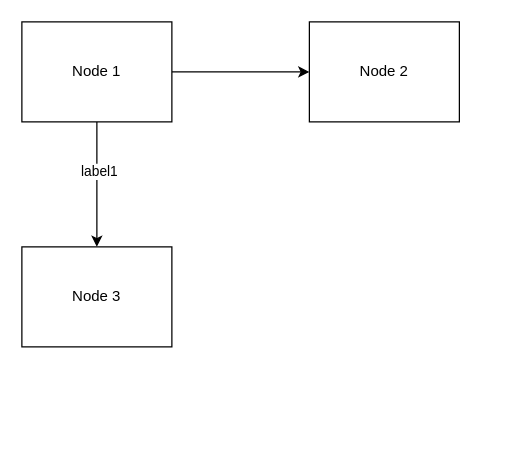
Earlier version of the draw.io diagram Output/test1.drawio (witnes0417/autoTest). Source tidied: cells renumbered, new cells numbered last; positions are measured from the earlier drawing's top-left corner, leaving out a move shared by most shapes. Both pictures are drawn from the tidied source at 125%, with x=0, y=0 at pixel (21, 21).
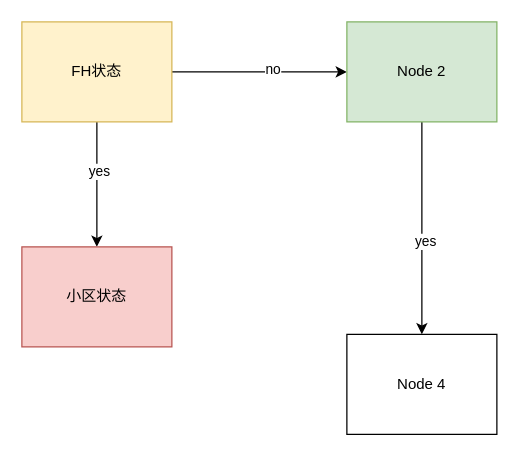
After the change.

Change to the diagram source:
```diff
@@
 <mxGraphModel>
   <root>
     <mxCell id="0" />
     <mxCell id="1" parent="0" />
     <mxCell id="2" style="edgeStyle=orthogonalEdgeStyle;rounded=0;jettySize=auto;html=1;entryX=0.5;entryY=0;entryDx=0;entryDy=0;" parent="1" edge="1" source="5" target="7">
       <mxGeometry relative="1" as="geometry">
         <Array as="points">
           <mxPoint x="60" y="130" />
           <mxPoint x="60" y="130" />
         </Array>
       </mxGeometry>
     </mxCell>
-    <mxCell id="3" value="label1" style="edgeLabel;html=1;align=center;verticalAlign=middle;" parent="2" vertex="1">
+    <mxCell id="3" value="yes" style="edgeLabel;html=1;align=center;verticalAlign=middle;" parent="2" vertex="1">
       <mxGeometry x="-0.22" y="1" relative="1" as="geometry" />
     </mxCell>
     <mxCell id="4" style="edgeStyle=orthogonalEdgeStyle;rounded=0;jettySize=auto;html=1;entryX=0;entryY=0.5;entryDx=0;entryDy=0;" parent="1" edge="1" source="5" target="6">
-      <mxGeometry relative="1" as="geometry" />
+      <mxGeometry relative="1" as="geometry">
+        <Array as="points">
+          <mxPoint x="200" y="40" />
+          <mxPoint x="200" y="40" />
+        </Array>
+      </mxGeometry>
     </mxCell>
+    <mxCell id="8" value="no" style="edgeLabel;html=1;align=center;verticalAlign=middle;" parent="4" vertex="1">
+      <mxGeometry x="0.14" y="3" relative="1" as="geometry" />
+    </mxCell>
-    <mxCell id="5" value="Node 1" style="whiteSpace=wrap;rounded=0;dashed=0;" parent="1" vertex="1">
+    <mxCell id="5" value="FH状态" style="whiteSpace=wrap;rounded=0;dashed=0;fillColor=#fff2cc;strokeColor=#d6b656;" parent="1" vertex="1">
       <mxGeometry width="120" height="80" as="geometry" />
     </mxCell>
+    <mxCell id="9" style="edgeStyle=orthogonalEdgeStyle;rounded=0;jettySize=auto;html=1;entryX=0.5;entryY=0;entryDx=0;entryDy=0;" parent="1" edge="1" source="6" target="11">
+      <mxGeometry relative="1" as="geometry" />
+    </mxCell>
+    <mxCell id="10" value="yes" style="edgeLabel;html=1;align=center;verticalAlign=middle;" parent="9" vertex="1">
+      <mxGeometry x="0.12" y="2" relative="1" as="geometry" />
+    </mxCell>
-    <mxCell id="6" value="Node 2" style="whiteSpace=wrap;rounded=0;dashed=0;" parent="1" vertex="1">
-      <mxGeometry x="230" width="120" height="80" as="geometry" />
+    <mxCell id="6" value="Node 2" style="whiteSpace=wrap;rounded=0;dashed=0;fillColor=#d5e8d4;strokeColor=#82b366;" parent="1" vertex="1">
+      <mxGeometry x="260" width="120" height="80" as="geometry" />
     </mxCell>
-    <mxCell id="7" value="Node 3" style="whiteSpace=wrap;rounded=0;dashed=0;" parent="1" vertex="1">
+    <mxCell id="7" value="小区状态" style="whiteSpace=wrap;rounded=0;dashed=0;fillColor=#f8cecc;strokeColor=#b85450;" parent="1" vertex="1">
       <mxGeometry y="180" width="120" height="80" as="geometry" />
     </mxCell>
+    <mxCell id="11" value="Node 4" style="whiteSpace=wrap;rounded=0;dashed=0;" parent="1" vertex="1">
+      <mxGeometry x="260" y="250" width="120" height="80" as="geometry" />
+    </mxCell>
   </root>
 </mxGraphModel>
```
